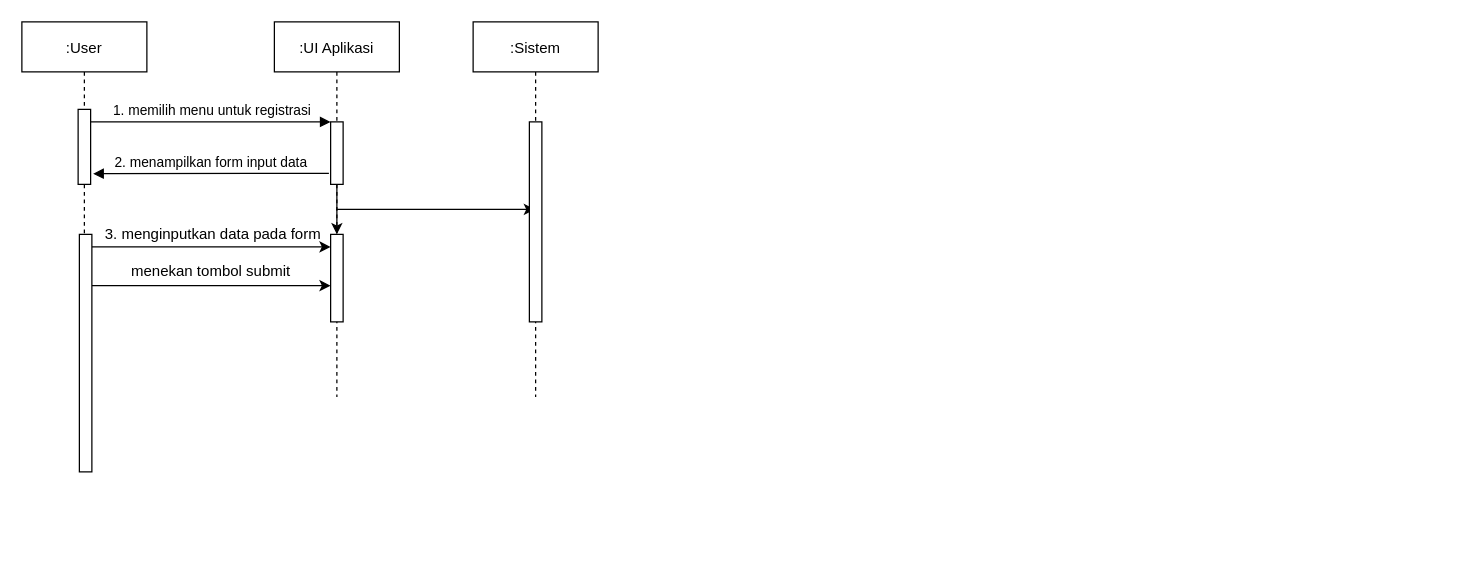
Earlier version of the draw.io diagram sequenceDiagram.drawio (ricky3knowhere/IF214002). Source tidied: cells renumbered, new cells numbered last; positions are measured from the earlier drawing's top-left corner, leaving out a move shared by most shapes. Both pictures are drawn from the tidied source at 125%, with x=0, y=0 at pixel (21, 21).
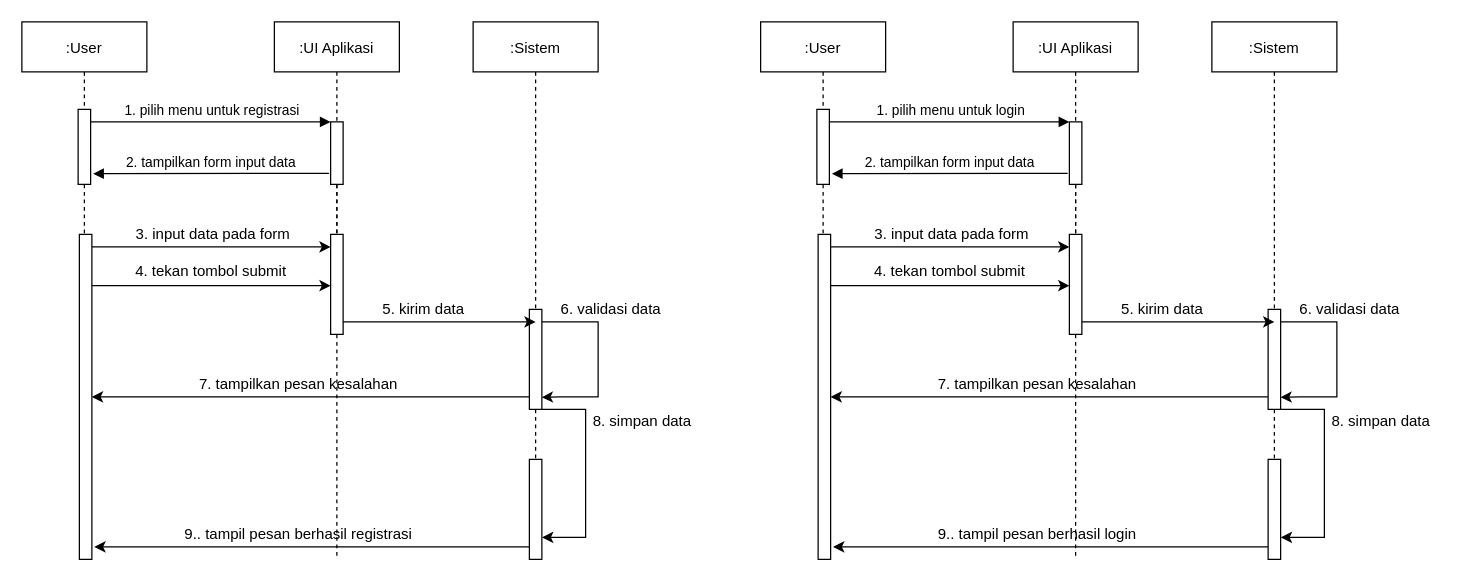
After the change.

The change refers to these unchanged cells:
```xml
<mxCell id="3" style="points=[];perimeter=orthogonalPerimeter;rounded=0;shadow=0;strokeWidth=1;" parent="2" vertex="1">
  <mxGeometry x="45" y="70" width="10" height="60" as="geometry" />
</mxCell>
<mxCell id="6" style="points=[];perimeter=orthogonalPerimeter;rounded=0;shadow=0;strokeWidth=1;" parent="5" vertex="1">
  <mxGeometry x="45" y="80" width="10" height="50" as="geometry" />
</mxCell>
```

What changed in the source:
```diff
@@
-    <mxCell id="4" style="edgeStyle=orthogonalEdgeStyle;rounded=0;jettySize=auto;html=1;" parent="1" edge="1" source="5" target="11">
-      <mxGeometry relative="1" as="geometry" />
-    </mxCell>
     <mxCell id="5" value=":UI Aplikasi" style="shape=umlLifeline;perimeter=lifelinePerimeter;rounded=0;shadow=0;strokeWidth=1;" parent="1" vertex="1">
-      <mxGeometry x="202" width="100" height="300" as="geometry" />
+      <mxGeometry x="202" width="100" height="430" as="geometry" />
     </mxCell>
@@
     <mxCell id="7" style="points=[];perimeter=orthogonalPerimeter;rounded=0;shadow=0;strokeWidth=1;" parent="5" vertex="1">
-      <mxGeometry x="45" y="170" width="10" height="70" as="geometry" />
+      <mxGeometry x="45" y="170" width="10" height="80" as="geometry" />
     </mxCell>
-    <mxCell id="8" style="edgeStyle=orthogonalEdgeStyle;rounded=0;jettySize=auto;html=1;" parent="5" edge="1" source="6" target="7">
+    <mxCell id="8" style="edgeStyle=orthogonalEdgeStyle;rounded=0;jettySize=auto;html=1;dashed=1;endArrow=none;endFill=0;" parent="5" edge="1" source="6" target="7">
       <mxGeometry relative="1" as="geometry" />
     </mxCell>
-    <mxCell id="9" value=" 1. memilih menu untuk registrasi" style="verticalAlign=bottom;endArrow=block;entryX=0;entryY=0;shadow=0;strokeWidth=1;" parent="1" edge="1" source="3" target="6">
+    <mxCell id="9" value=" 1. pilih menu untuk registrasi" style="verticalAlign=bottom;endArrow=block;entryX=0;entryY=0;shadow=0;strokeWidth=1;" parent="1" edge="1" source="3" target="6">
       <mxGeometry relative="1" as="geometry" />
     </mxCell>
-    <mxCell id="10" value="2. menampilkan form input data" style="verticalAlign=bottom;endArrow=block;entryX=1.1;entryY=0.259;shadow=0;strokeWidth=1;entryDx=0;entryDy=0;entryPerimeter=0;exitX=-0.138;exitY=0.822;exitDx=0;exitDy=0;exitPerimeter=0;" parent="1" edge="1" source="6">
+    <mxCell id="10" value="2. tampilkan form input data" style="verticalAlign=bottom;endArrow=block;entryX=1.1;entryY=0.259;shadow=0;strokeWidth=1;entryDx=0;entryDy=0;entryPerimeter=0;exitX=-0.138;exitY=0.822;exitDx=0;exitDy=0;exitPerimeter=0;" parent="1" edge="1" source="6">
       <mxGeometry relative="1" as="geometry">
         <mxPoint x="57" y="121.5" as="targetPoint" />
       </mxGeometry>
     </mxCell>
     <mxCell id="11" value=":Sistem" style="shape=umlLifeline;perimeter=lifelinePerimeter;rounded=0;shadow=0;strokeWidth=1;" parent="1" vertex="1">
-      <mxGeometry x="361" width="100" height="300" as="geometry" />
+      <mxGeometry x="361" width="100" height="310" as="geometry" />
     </mxCell>
     <mxCell id="12" style="points=[];perimeter=orthogonalPerimeter;rounded=0;shadow=0;strokeWidth=1;" parent="11" vertex="1">
-      <mxGeometry x="45" y="80" width="10" height="160" as="geometry" />
+      <mxGeometry x="45" y="230" width="10" height="80" as="geometry" />
     </mxCell>
+    <mxCell id="18" style="edgeStyle=orthogonalEdgeStyle;rounded=0;orthogonalLoop=1;jettySize=auto;html=1;entryX=0.989;entryY=0.88;entryDx=0;entryDy=0;entryPerimeter=0;" parent="11" edge="1" source="12" target="12">
+      <mxGeometry relative="1" as="geometry">
+        <Array as="points">
+          <mxPoint x="100" y="240" />
+          <mxPoint x="100" y="300" />
+          <mxPoint x="70" y="300" />
+        </Array>
+      </mxGeometry>
+    </mxCell>
@@
     <mxCell id="15" style="points=[];perimeter=orthogonalPerimeter;rounded=0;shadow=0;strokeWidth=1;" parent="1" vertex="1">
-      <mxGeometry x="46" y="170" width="10" height="190" as="geometry" />
+      <mxGeometry x="46" y="170" width="10" height="260" as="geometry" />
     </mxCell>
-    <mxCell id="16" value="&amp;nbsp;3. menginputkan data pada form" style="text;html=1;align=center;verticalAlign=middle;strokeColor=none;fillColor=none;" parent="1" vertex="1">
-      <mxGeometry x="56" y="160" width="190" height="20" as="geometry" />
+    <mxCell id="16" value="&amp;nbsp;3. input data pada form" style="text;html=1;align=center;verticalAlign=middle;strokeColor=none;fillColor=none;" parent="1" vertex="1">
+      <mxGeometry x="81" y="160" width="140" height="20" as="geometry" />
     </mxCell>
-    <mxCell id="17" value="menekan tombol submit" style="text;html=1;align=center;verticalAlign=middle;strokeColor=none;fillColor=none;" parent="1" vertex="1">
+    <mxCell id="17" value="4. tekan tombol submit" style="text;html=1;align=center;verticalAlign=middle;strokeColor=none;fillColor=none;" parent="1" vertex="1">
       <mxGeometry x="81" y="190" width="140" height="20" as="geometry" />
     </mxCell>
+    <mxCell id="19" style="edgeStyle=orthogonalEdgeStyle;rounded=0;jettySize=auto;html=1;" parent="1" edge="1" source="7">
+      <mxGeometry relative="1" as="geometry">
+        <mxPoint x="411" y="240" as="targetPoint" />
+        <Array as="points">
+          <mxPoint x="361" y="240" />
+          <mxPoint x="361" y="240" />
+        </Array>
+      </mxGeometry>
+    </mxCell>
+    <mxCell id="20" value="5. kirim data" style="text;html=1;align=center;verticalAlign=middle;strokeColor=none;fillColor=none;" parent="1" vertex="1">
+      <mxGeometry x="281" y="220" width="80" height="20" as="geometry" />
+    </mxCell>
+    <mxCell id="21" value="6. validasi data" style="text;html=1;align=center;verticalAlign=middle;strokeColor=none;fillColor=none;" parent="1" vertex="1">
+      <mxGeometry x="421" y="220" width="100" height="20" as="geometry" />
+    </mxCell>
+    <mxCell id="22" style="edgeStyle=orthogonalEdgeStyle;rounded=0;jettySize=auto;html=1;" parent="1" edge="1" source="12" target="15">
+      <mxGeometry relative="1" as="geometry">
+        <Array as="points">
+          <mxPoint x="241" y="300" />
+          <mxPoint x="241" y="300" />
+        </Array>
+      </mxGeometry>
+    </mxCell>
+    <mxCell id="23" value="7. tampilkan pesan kesalahan" style="text;html=1;align=center;verticalAlign=middle;strokeColor=none;fillColor=none;" parent="1" vertex="1">
+      <mxGeometry x="136" y="280" width="170" height="20" as="geometry" />
+    </mxCell>
+    <mxCell id="24" style="edgeStyle=orthogonalEdgeStyle;rounded=0;jettySize=auto;html=1;" parent="1" edge="1" source="25">
+      <mxGeometry relative="1" as="geometry">
+        <mxPoint x="58" y="420" as="targetPoint" />
+        <Array as="points">
+          <mxPoint x="58" y="420" />
+        </Array>
+      </mxGeometry>
+    </mxCell>
+    <mxCell id="25" style="points=[];perimeter=orthogonalPerimeter;rounded=0;shadow=0;strokeWidth=1;" parent="1" vertex="1">
+      <mxGeometry x="406" y="350" width="10" height="80" as="geometry" />
+    </mxCell>
+    <mxCell id="26" style="edgeStyle=orthogonalEdgeStyle;rounded=0;jettySize=auto;html=1;dashed=1;endArrow=none;endFill=0;" parent="1" edge="1" source="12" target="25">
+      <mxGeometry relative="1" as="geometry" />
+    </mxCell>
+    <mxCell id="27" style="edgeStyle=orthogonalEdgeStyle;rounded=0;jettySize=auto;html=1;entryX=1.02;entryY=0.78;entryDx=0;entryDy=0;entryPerimeter=0;" parent="1" edge="1" source="12" target="25">
+      <mxGeometry relative="1" as="geometry">
+        <Array as="points">
+          <mxPoint x="451" y="310" />
+          <mxPoint x="451" y="412" />
+        </Array>
+      </mxGeometry>
+    </mxCell>
+    <mxCell id="28" value="8. simpan data" style="text;html=1;align=center;verticalAlign=middle;strokeColor=none;fillColor=none;" parent="1" vertex="1">
+      <mxGeometry x="451" y="310" width="90" height="20" as="geometry" />
+    </mxCell>
+    <mxCell id="29" value="9.. tampil pesan berhasil registrasi" style="text;html=1;align=center;verticalAlign=middle;strokeColor=none;fillColor=none;" parent="1" vertex="1">
+      <mxGeometry x="121" y="400" width="200" height="20" as="geometry" />
+    </mxCell>
+    <mxCell id="30" value=":User" style="shape=umlLifeline;perimeter=lifelinePerimeter;rounded=0;shadow=0;strokeWidth=1;" parent="1" vertex="1">
+      <mxGeometry x="591" width="100" height="210" as="geometry" />
+    </mxCell>
+    <mxCell id="31" style="points=[];perimeter=orthogonalPerimeter;rounded=0;shadow=0;strokeWidth=1;" parent="30" vertex="1">
+      <mxGeometry x="45" y="70" width="10" height="60" as="geometry" />
+    </mxCell>
+    <mxCell id="32" value=":UI Aplikasi" style="shape=umlLifeline;perimeter=lifelinePerimeter;rounded=0;shadow=0;strokeWidth=1;" parent="1" vertex="1">
+      <mxGeometry x="793" width="100" height="430" as="geometry" />
+    </mxCell>
+    <mxCell id="33" style="points=[];perimeter=orthogonalPerimeter;rounded=0;shadow=0;strokeWidth=1;" parent="32" vertex="1">
+      <mxGeometry x="45" y="80" width="10" height="50" as="geometry" />
+    </mxCell>
+    <mxCell id="34" style="points=[];perimeter=orthogonalPerimeter;rounded=0;shadow=0;strokeWidth=1;" parent="32" vertex="1">
+      <mxGeometry x="45" y="170" width="10" height="80" as="geometry" />
+    </mxCell>
+    <mxCell id="35" style="edgeStyle=orthogonalEdgeStyle;rounded=0;jettySize=auto;html=1;dashed=1;endArrow=none;endFill=0;" parent="32" edge="1" source="33" target="34">
+      <mxGeometry relative="1" as="geometry" />
+    </mxCell>
+    <mxCell id="36" value=" 1. pilih menu untuk login" style="verticalAlign=bottom;endArrow=block;entryX=0;entryY=0;shadow=0;strokeWidth=1;" parent="1" edge="1" source="31" target="33">
+      <mxGeometry relative="1" as="geometry" />
+    </mxCell>
+    <mxCell id="37" value="2. tampilkan form input data" style="verticalAlign=bottom;endArrow=block;entryX=1.1;entryY=0.259;shadow=0;strokeWidth=1;entryDx=0;entryDy=0;entryPerimeter=0;exitX=-0.138;exitY=0.822;exitDx=0;exitDy=0;exitPerimeter=0;" parent="1" edge="1" source="33">
+      <mxGeometry relative="1" as="geometry">
+        <mxPoint x="648" y="121.5" as="targetPoint" />
+      </mxGeometry>
+    </mxCell>
+    <mxCell id="38" value=":Sistem" style="shape=umlLifeline;perimeter=lifelinePerimeter;rounded=0;shadow=0;strokeWidth=1;" parent="1" vertex="1">
+      <mxGeometry x="952" width="100" height="310" as="geometry" />
+    </mxCell>
+    <mxCell id="39" style="points=[];perimeter=orthogonalPerimeter;rounded=0;shadow=0;strokeWidth=1;" parent="38" vertex="1">
+      <mxGeometry x="45" y="230" width="10" height="80" as="geometry" />
+    </mxCell>
+    <mxCell id="40" style="edgeStyle=orthogonalEdgeStyle;rounded=0;orthogonalLoop=1;jettySize=auto;html=1;entryX=0.989;entryY=0.88;entryDx=0;entryDy=0;entryPerimeter=0;" parent="38" edge="1" source="39" target="39">
+      <mxGeometry relative="1" as="geometry">
+        <Array as="points">
+          <mxPoint x="100" y="240" />
+          <mxPoint x="100" y="300" />
+          <mxPoint x="70" y="300" />
+        </Array>
+      </mxGeometry>
+    </mxCell>
+    <mxCell id="41" style="edgeStyle=orthogonalEdgeStyle;rounded=0;jettySize=auto;html=1;" parent="1" edge="1" source="43" target="34">
+      <mxGeometry relative="1" as="geometry">
+        <Array as="points">
+          <mxPoint x="762" y="180" />
+          <mxPoint x="762" y="180" />
+        </Array>
+      </mxGeometry>
+    </mxCell>
+    <mxCell id="42" style="edgeStyle=orthogonalEdgeStyle;rounded=0;orthogonalLoop=1;jettySize=auto;html=1;" parent="1" edge="1">
+      <mxGeometry relative="1" as="geometry">
+        <mxPoint x="647" y="211" as="sourcePoint" />
+        <mxPoint x="838" y="211" as="targetPoint" />
+        <Array as="points">
+          <mxPoint x="692" y="211" />
+          <mxPoint x="692" y="211" />
+        </Array>
+      </mxGeometry>
+    </mxCell>
+    <mxCell id="43" style="points=[];perimeter=orthogonalPerimeter;rounded=0;shadow=0;strokeWidth=1;" parent="1" vertex="1">
+      <mxGeometry x="637" y="170" width="10" height="260" as="geometry" />
+    </mxCell>
+    <mxCell id="44" value="&amp;nbsp;3. input data pada form" style="text;html=1;align=center;verticalAlign=middle;strokeColor=none;fillColor=none;" parent="1" vertex="1">
+      <mxGeometry x="672" y="160" width="140" height="20" as="geometry" />
+    </mxCell>
+    <mxCell id="45" value="4. tekan tombol submit" style="text;html=1;align=center;verticalAlign=middle;strokeColor=none;fillColor=none;" parent="1" vertex="1">
+      <mxGeometry x="672" y="190" width="140" height="20" as="geometry" />
+    </mxCell>
+    <mxCell id="46" style="edgeStyle=orthogonalEdgeStyle;rounded=0;jettySize=auto;html=1;" parent="1" edge="1" source="34">
+      <mxGeometry relative="1" as="geometry">
+        <mxPoint x="1002" y="240" as="targetPoint" />
+        <Array as="points">
+          <mxPoint x="952" y="240" />
+          <mxPoint x="952" y="240" />
+        </Array>
+      </mxGeometry>
+    </mxCell>
+    <mxCell id="47" value="5. kirim data" style="text;html=1;align=center;verticalAlign=middle;strokeColor=none;fillColor=none;" parent="1" vertex="1">
+      <mxGeometry x="872" y="220" width="80" height="20" as="geometry" />
+    </mxCell>
+    <mxCell id="48" value="6. validasi data" style="text;html=1;align=center;verticalAlign=middle;strokeColor=none;fillColor=none;" parent="1" vertex="1">
+      <mxGeometry x="1012" y="220" width="100" height="20" as="geometry" />
+    </mxCell>
+    <mxCell id="49" style="edgeStyle=orthogonalEdgeStyle;rounded=0;jettySize=auto;html=1;" parent="1" edge="1" source="39" target="43">
+      <mxGeometry relative="1" as="geometry">
+        <Array as="points">
+          <mxPoint x="832" y="300" />
+          <mxPoint x="832" y="300" />
+        </Array>
+      </mxGeometry>
+    </mxCell>
+    <mxCell id="50" value="7. tampilkan pesan kesalahan" style="text;html=1;align=center;verticalAlign=middle;strokeColor=none;fillColor=none;" parent="1" vertex="1">
+      <mxGeometry x="727" y="280" width="170" height="20" as="geometry" />
+    </mxCell>
+    <mxCell id="51" style="edgeStyle=orthogonalEdgeStyle;rounded=0;jettySize=auto;html=1;" parent="1" edge="1" source="52">
+      <mxGeometry relative="1" as="geometry">
+        <mxPoint x="649" y="420" as="targetPoint" />
+        <Array as="points">
+          <mxPoint x="649" y="420" />
+        </Array>
+      </mxGeometry>
+    </mxCell>
+    <mxCell id="52" style="points=[];perimeter=orthogonalPerimeter;rounded=0;shadow=0;strokeWidth=1;" parent="1" vertex="1">
+      <mxGeometry x="997" y="350" width="10" height="80" as="geometry" />
+    </mxCell>
+    <mxCell id="53" style="edgeStyle=orthogonalEdgeStyle;rounded=0;jettySize=auto;html=1;dashed=1;endArrow=none;endFill=0;" parent="1" edge="1" source="39" target="52">
+      <mxGeometry relative="1" as="geometry" />
+    </mxCell>
+    <mxCell id="54" style="edgeStyle=orthogonalEdgeStyle;rounded=0;jettySize=auto;html=1;entryX=1.02;entryY=0.78;entryDx=0;entryDy=0;entryPerimeter=0;" parent="1" edge="1" source="39" target="52">
+      <mxGeometry relative="1" as="geometry">
+        <Array as="points">
+          <mxPoint x="1042" y="310" />
+          <mxPoint x="1042" y="412" />
+        </Array>
+      </mxGeometry>
+    </mxCell>
+    <mxCell id="55" value="8. simpan data" style="text;html=1;align=center;verticalAlign=middle;strokeColor=none;fillColor=none;" parent="1" vertex="1">
+      <mxGeometry x="1042" y="310" width="90" height="20" as="geometry" />
+    </mxCell>
+    <mxCell id="56" value="9.. tampil pesan berhasil login" style="text;html=1;align=center;verticalAlign=middle;strokeColor=none;fillColor=none;" parent="1" vertex="1">
+      <mxGeometry x="727" y="400" width="170" height="20" as="geometry" />
+    </mxCell>
```
